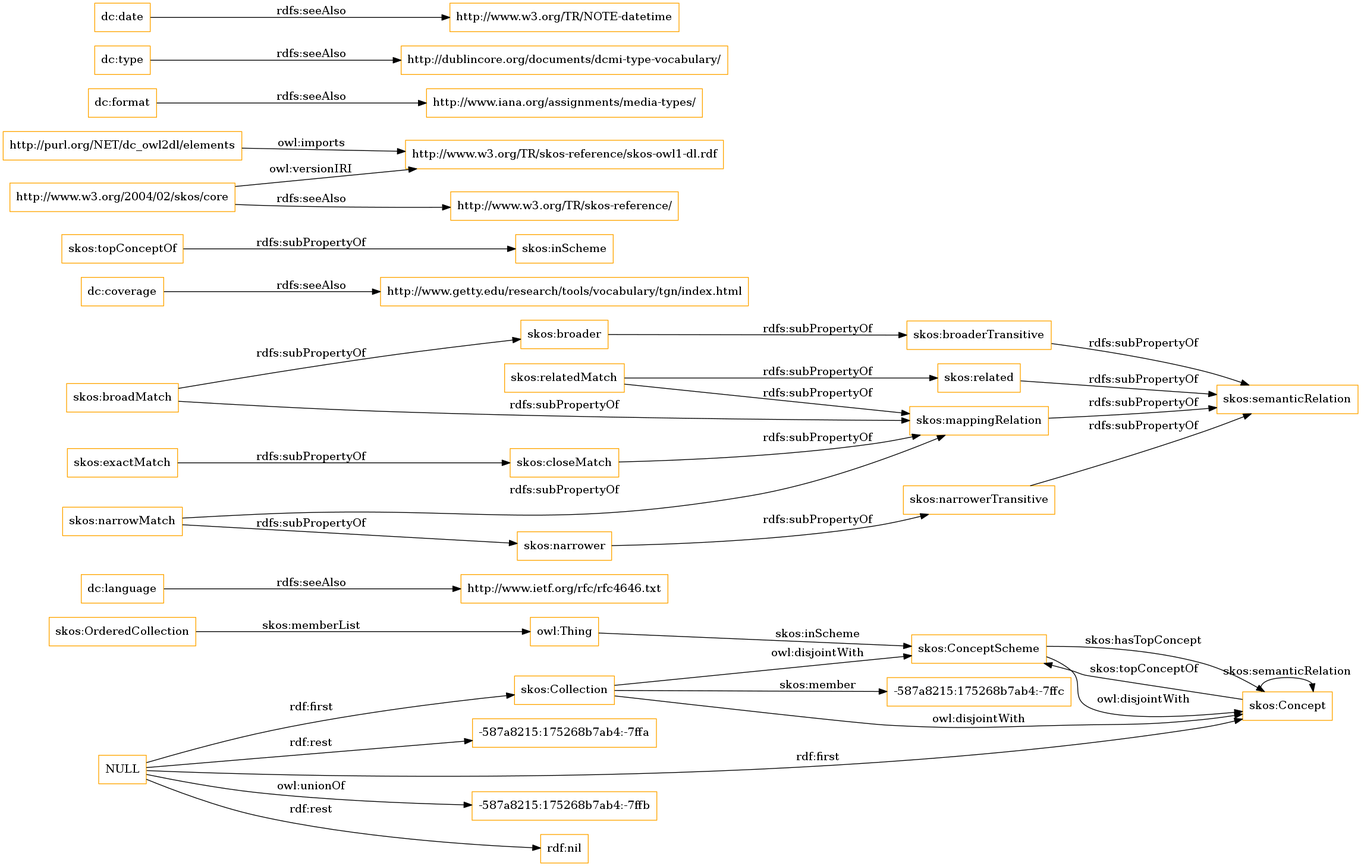
Before: OnToology/imports/elements.owl/diagrams/ar2dtool-class/elements.owl.png, a diagram exported from Graphviz (OnToologyUser/core-ontology-1). Its source is kept beside it as OnToology/imports/elements.owl/diagrams/ar2dtool-class/elements.owl.png.dot.
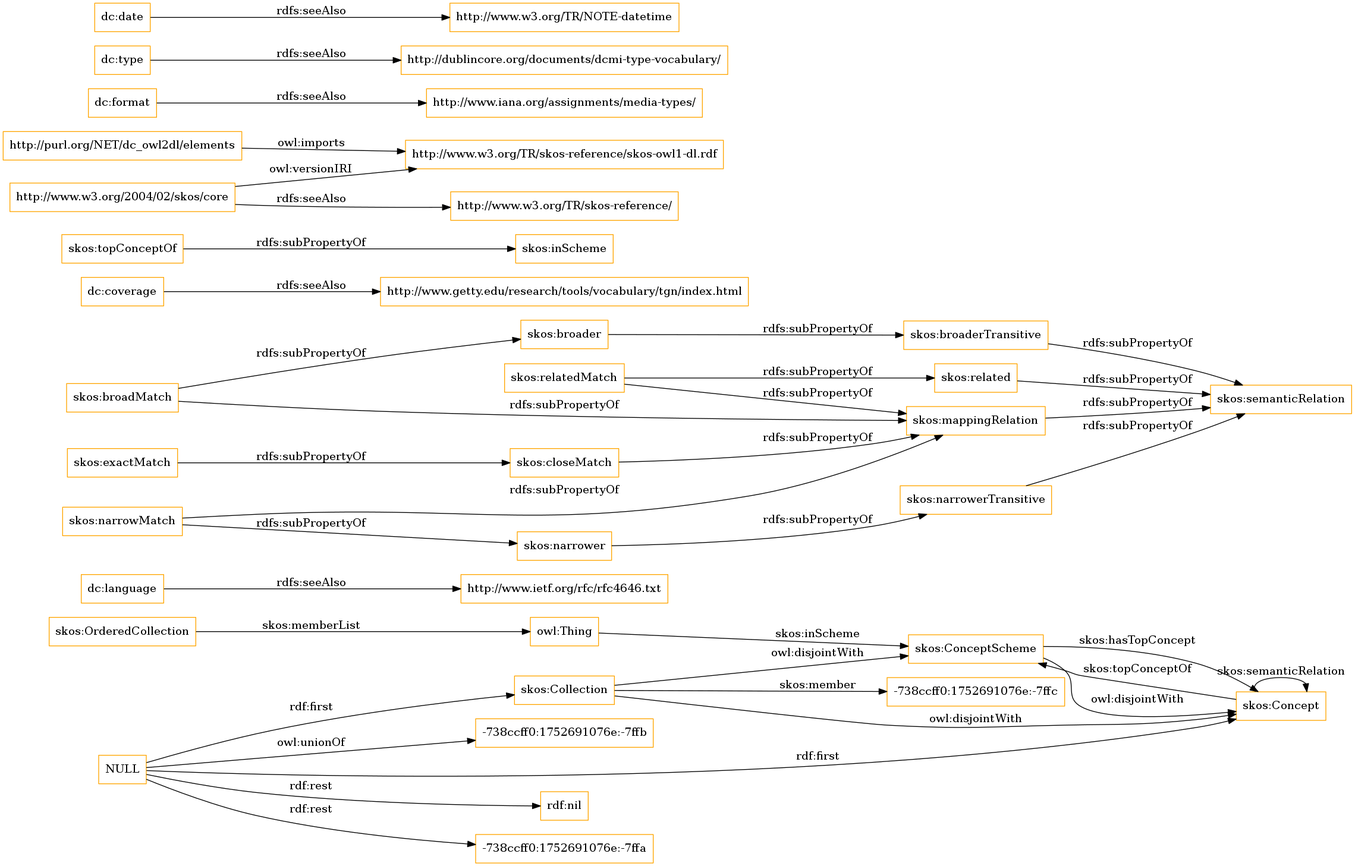
The same diagram one commit later.

Change to the diagram source:
```diff
@@ -1,13 +1,13 @@
 digraph ar2dtool_diagram {
 rankdir=LR;
 size="1501"
-node [shape = rectangle, color="orange"]; "-587a8215:175268b7ab4:-7ffc" "skos:OrderedCollection" "skos:Collection" "skos:ConceptScheme" "skos:Concept" ; /*classes style*/
+node [shape = rectangle, color="orange"]; "-738ccff0:1752691076e:-7ffc" "skos:OrderedCollection" "skos:Collection" "skos:ConceptScheme" "skos:Concept" ; /*classes style*/
 	"dc:language" -> "http://www.ietf.org/rfc/rfc4646.txt" [ label = "rdfs:seeAlso" ];
-	"NULL" -> "-587a8215:175268b7ab4:-7ffb" [ label = "owl:unionOf" ];
 	"NULL" -> "rdf:nil" [ label = "rdf:rest" ];
 	"NULL" -> "skos:Collection" [ label = "rdf:first" ];
-	"NULL" -> "-587a8215:175268b7ab4:-7ffa" [ label = "rdf:rest" ];
+	"NULL" -> "-738ccff0:1752691076e:-7ffa" [ label = "rdf:rest" ];
 	"NULL" -> "skos:Concept" [ label = "rdf:first" ];
+	"NULL" -> "-738ccff0:1752691076e:-7ffb" [ label = "owl:unionOf" ];
 	"skos:closeMatch" -> "skos:mappingRelation" [ label = "rdfs:subPropertyOf" ];
 	"dc:coverage" -> "http://www.getty.edu/research/tools/vocabulary/tgn/index.html" [ label = "rdfs:seeAlso" ];
 	"skos:relatedMatch" -> "skos:related" [ label = "rdfs:subPropertyOf" ];
@@ -36,7 +36,7 @@
 	"skos:OrderedCollection" -> "owl:Thing" [ label = "skos:memberList" ];
 	"skos:Concept" -> "skos:ConceptScheme" [ label = "skos:topConceptOf" ];
 	"skos:Concept" -> "skos:Concept" [ label = "skos:semanticRelation" ];
-	"skos:Collection" -> "-587a8215:175268b7ab4:-7ffc" [ label = "skos:member" ];
+	"skos:Collection" -> "-738ccff0:1752691076e:-7ffc" [ label = "skos:member" ];
 	"skos:ConceptScheme" -> "skos:Concept" [ label = "skos:hasTopConcept" ];
 	"owl:Thing" -> "skos:ConceptScheme" [ label = "skos:inScheme" ];
 
```
